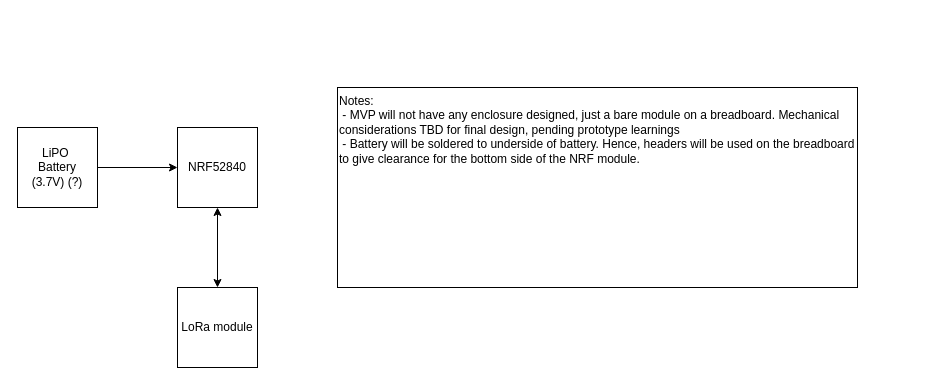
Above: page "SM-2" (3 of 3) of 00 Docs/Final Project Hardware Architecture.drawio in TynanJ/Blue-Tethys (draw.io), before the change. Source tidied: cells renumbered, new cells numbered last; positions are measured from the earlier drawing's top-left corner, leaving out a move shared by most shapes. Both pictures are drawn from the tidied source at 100%, with x=0, y=0 at pixel (17, 87).
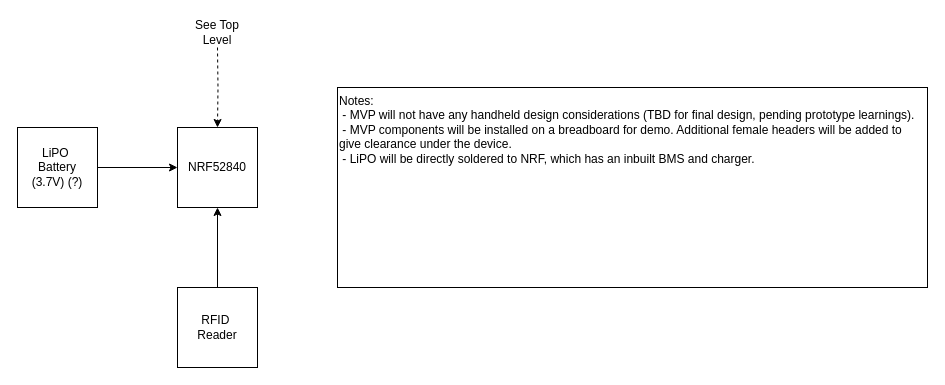
The same page after the edit.

Diff of the diagram source:
```diff
@@
 <mxGraphModel>
   <root>
     <mxCell id="0" />
     <mxCell id="1" parent="0" />
     <mxCell id="2" value="NRF52840" style="rounded=0;whiteSpace=wrap;html=1;" parent="1" vertex="1">
       <mxGeometry x="160" y="40" width="80" height="80" as="geometry" />
     </mxCell>
     <mxCell id="3" style="edgeStyle=orthogonalEdgeStyle;rounded=0;jettySize=auto;html=1;exitX=1;exitY=0.5;exitDx=0;exitDy=0;entryX=0;entryY=0.5;entryDx=0;entryDy=0;" parent="1" edge="1" source="4" target="2">
       <mxGeometry relative="1" as="geometry" />
     </mxCell>
     <mxCell id="4" value="LiPO&amp;nbsp;&lt;div&gt;Battery&lt;/div&gt;&lt;div&gt;(3.7V) (?)&lt;/div&gt;" style="rounded=0;whiteSpace=wrap;html=1;" parent="1" vertex="1">
       <mxGeometry y="40" width="80" height="80" as="geometry" />
     </mxCell>
-    <mxCell id="5" style="edgeStyle=orthogonalEdgeStyle;rounded=0;jettySize=auto;html=1;exitX=0.5;exitY=0;exitDx=0;exitDy=0;entryX=0.5;entryY=1;entryDx=0;entryDy=0;startArrow=classic;startFill=1;" parent="1" edge="1" source="6" target="2">
-      <mxGeometry relative="1" as="geometry" />
-    </mxCell>
-    <mxCell id="6" value="LoRa module" style="rounded=0;whiteSpace=wrap;html=1;" parent="1" vertex="1">
-      <mxGeometry x="160" y="200" width="80" height="80" as="geometry" />
-    </mxCell>
-    <mxCell id="7" value="Notes:&lt;div&gt;&amp;nbsp;- MVP will not have any enclosure designed, just a bare module on a breadboard. Mechanical considerations TBD for final design, pending prototype learnings&lt;/div&gt;&lt;div&gt;&amp;nbsp;- Battery will be soldered to underside of battery. Hence, headers will be used on the breadboard to give clearance for the bottom side of the NRF module.&amp;nbsp;&lt;/div&gt;&lt;div&gt;&lt;br&gt;&lt;/div&gt;" style="rounded=0;whiteSpace=wrap;html=1;align=left;verticalAlign=top;" parent="1" vertex="1">
-      <mxGeometry x="320" width="520" height="200" as="geometry" />
+    <mxCell id="7" value="Notes:&lt;div&gt;&amp;nbsp;- MVP will not have any handheld design considerations (TBD for final design, pending prototype learnings).&lt;/div&gt;&lt;div&gt;&amp;nbsp;- MVP components will be installed on a breadboard for demo. Additional female headers will be added to give clearance under the device.&amp;nbsp;&amp;nbsp;&lt;/div&gt;&lt;div&gt;&amp;nbsp;- LiPO will be directly soldered to NRF, which has an inbuilt BMS and charger.&amp;nbsp;&lt;/div&gt;&lt;div&gt;&lt;br&gt;&lt;/div&gt;" style="rounded=0;whiteSpace=wrap;html=1;align=left;verticalAlign=top;" parent="1" vertex="1">
+      <mxGeometry x="320" width="590" height="200" as="geometry" />
     </mxCell>
+    <mxCell id="8" style="edgeStyle=orthogonalEdgeStyle;rounded=0;jettySize=auto;html=1;exitX=0.5;exitY=1;exitDx=0;exitDy=0;entryX=0.5;entryY=0;entryDx=0;entryDy=0;dashed=1;" parent="1" edge="1" target="2">
+      <mxGeometry relative="1" as="geometry">
+        <mxPoint x="200" y="-40" as="sourcePoint" />
+      </mxGeometry>
+    </mxCell>
+    <mxCell id="9" style="edgeStyle=orthogonalEdgeStyle;rounded=0;jettySize=auto;html=1;exitX=0.5;exitY=0;exitDx=0;exitDy=0;entryX=0.5;entryY=1;entryDx=0;entryDy=0;" parent="1" edge="1" source="10" target="2">
+      <mxGeometry relative="1" as="geometry" />
+    </mxCell>
+    <mxCell id="10" value="RFID&amp;nbsp;&lt;div&gt;Reader&lt;/div&gt;" style="rounded=0;whiteSpace=wrap;html=1;" parent="1" vertex="1">
+      <mxGeometry x="160" y="200" width="80" height="80" as="geometry" />
+    </mxCell>
+    <mxCell id="11" value="See Top Level" style="text;html=1;whiteSpace=wrap;strokeColor=none;fillColor=none;align=center;verticalAlign=middle;rounded=0;" parent="1" vertex="1">
+      <mxGeometry x="170" y="-70" width="60" height="30" as="geometry" />
+    </mxCell>
   </root>
 </mxGraphModel>
```
